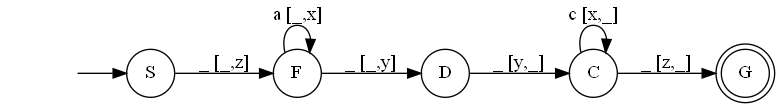
This is Automate Picture/AutomataPicture.dot.png from arjen0203/AutomataReader, a Graphviz export, as it was before one commit. Its source is kept beside it as Automate Picture/AutomataPicture.dot.
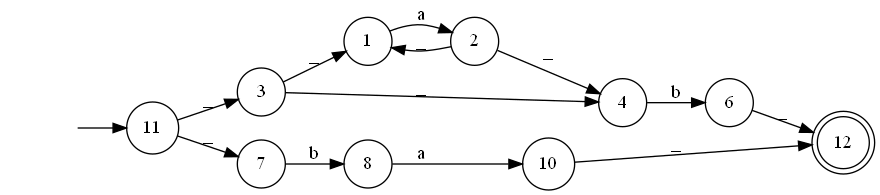
After the commit.

Change to the diagram source:
```diff
@@ -1,17 +1,28 @@
 digraph myAutomaton {
 rankdir=LR;
 "" [shape=none]
-"S" [shape=circle]
-"C" [shape=circle]
-"D" [shape=circle]
-"F" [shape=circle]
-"G" [shape=doublecircle]
+"11" [shape=circle]
+"3" [shape=circle]
+"1" [shape=circle]
+"2" [shape=circle]
+"4" [shape=circle]
+"6" [shape=circle]
+"7" [shape=circle]
+"8" [shape=circle]
+"10" [shape=circle]
+"12" [shape=doublecircle]
 
-"" -> "S"
-"S" -> "F" [label="_ [_,z]"]
-"C" -> "C" [label="c [x,_]"]
-"C" -> "G" [label="_ [z,_]"]
-"D" -> "C" [label="_ [y,_]"]
-"F" -> "F" [label="a [_,x]"]
-"F" -> "D" [label="_ [_,y]"]
+"" -> "11"
+"11" -> "3" [label="_"]
+"11" -> "7" [label="_"]
+"3" -> "1" [label="_"]
+"3" -> "4" [label="_"]
+"1" -> "2" [label="a"]
+"2" -> "1" [label="_"]
+"2" -> "4" [label="_"]
+"4" -> "6" [label="b"]
+"6" -> "12" [label="_"]
+"7" -> "8" [label="b"]
+"8" -> "10" [label="a"]
+"10" -> "12" [label="_"]
 }
```
